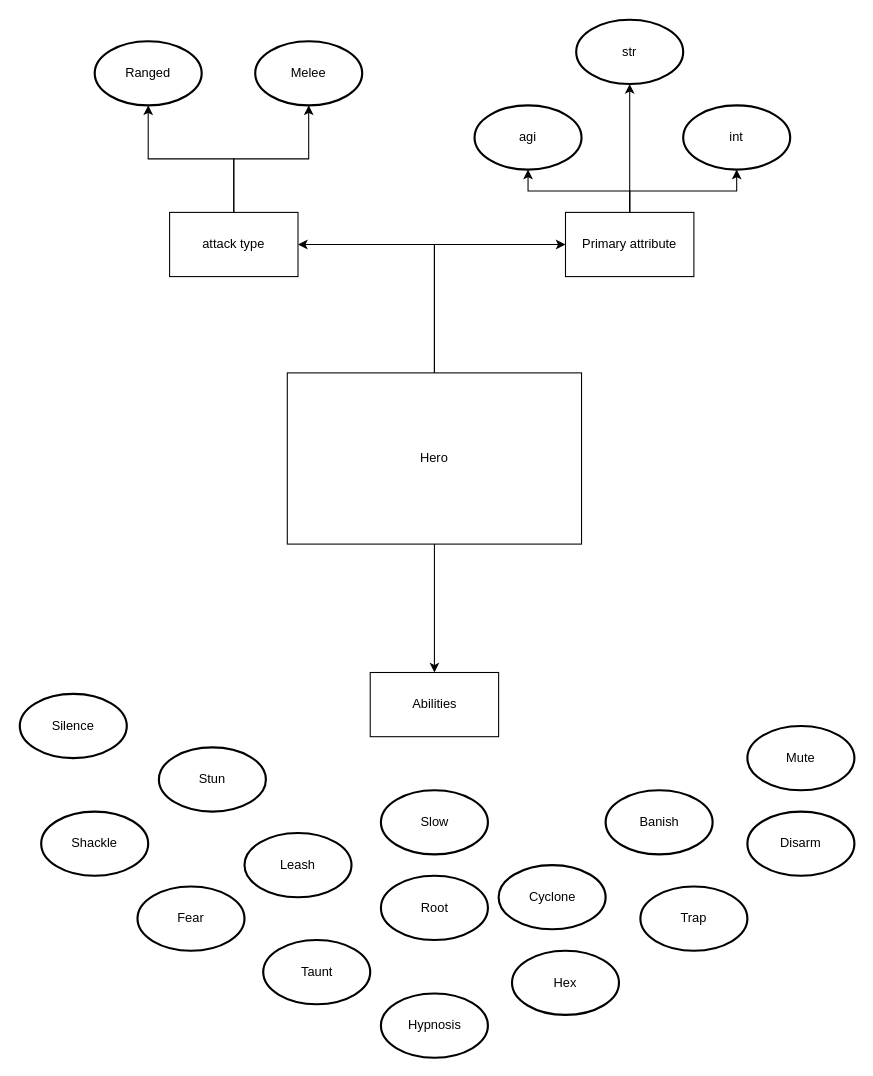
The draw.io diagram Untitled Diagram.drawio in aditya369007/dotaconstants, before the edit. Source tidied: cells renumbered, new cells numbered last; positions are measured from the earlier drawing's top-left corner, leaving out a move shared by most shapes. Both pictures are drawn from the tidied source at 107%, with x=0, y=0 at pixel (19, 19).
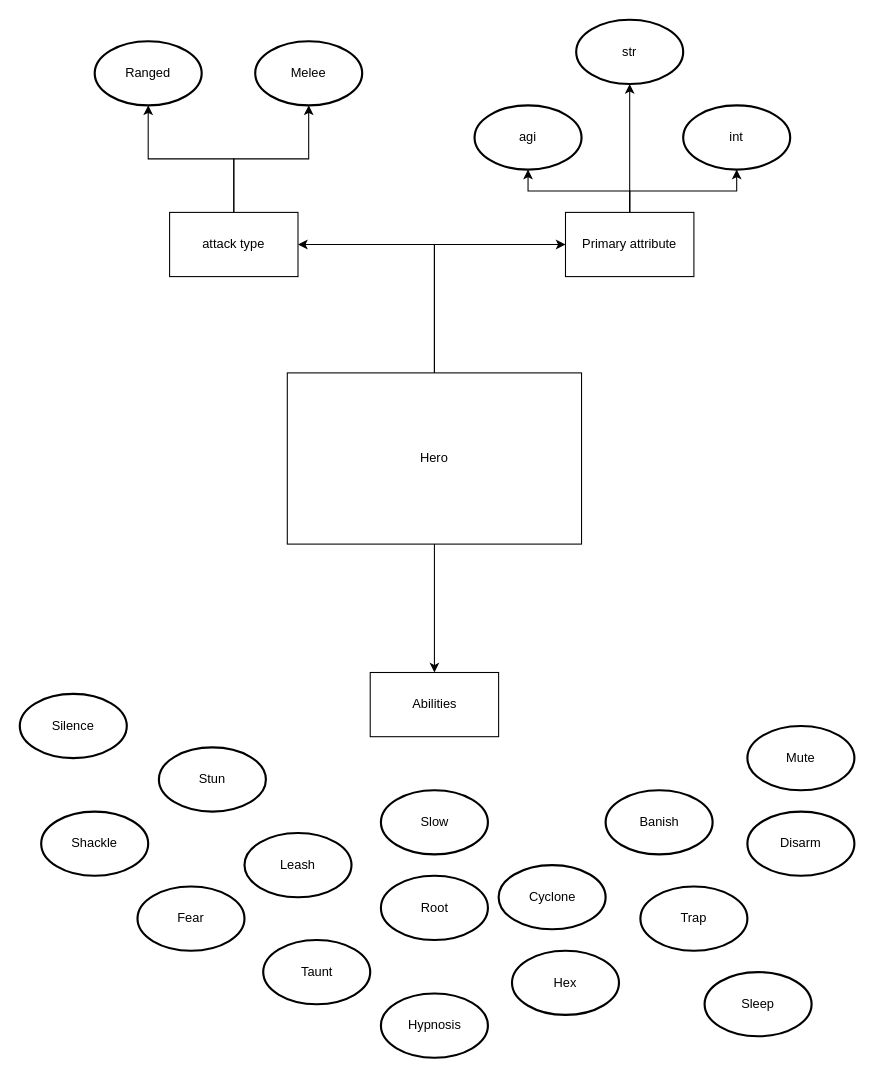
After the change.

What changed in the source:
```diff
@@
+    <mxCell id="34" value="&lt;div&gt;Sleep&lt;/div&gt;" style="strokeWidth=2;html=1;shape=mxgraph.flowchart.start_1;whiteSpace=wrap;" parent="1" vertex="1">
+      <mxGeometry x="640" y="890" width="100" height="60" as="geometry" />
+    </mxCell>
```
